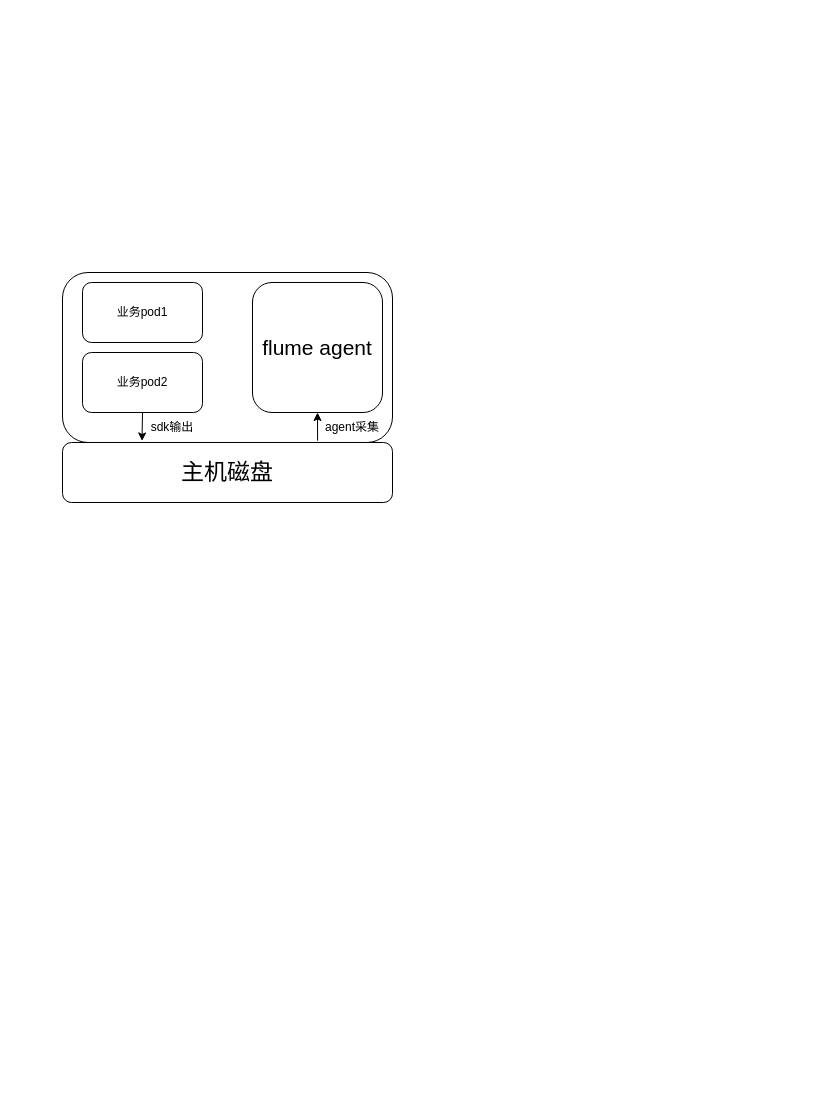
Before: page "agentsmith1架构-业务视角" (1 of 16) of 未命名绘图.drawio in PalanQu/images, a draw.io diagram. Source tidied: cells renumbered, new cells numbered last; positions are measured from the earlier drawing's top-left corner, leaving out a move shared by most shapes. Both pictures are drawn from the tidied source at 100%, with x=0, y=0 at pixel (62, 272). Pictures stored in the file or linked from it are replaced by grey dashed boxes.
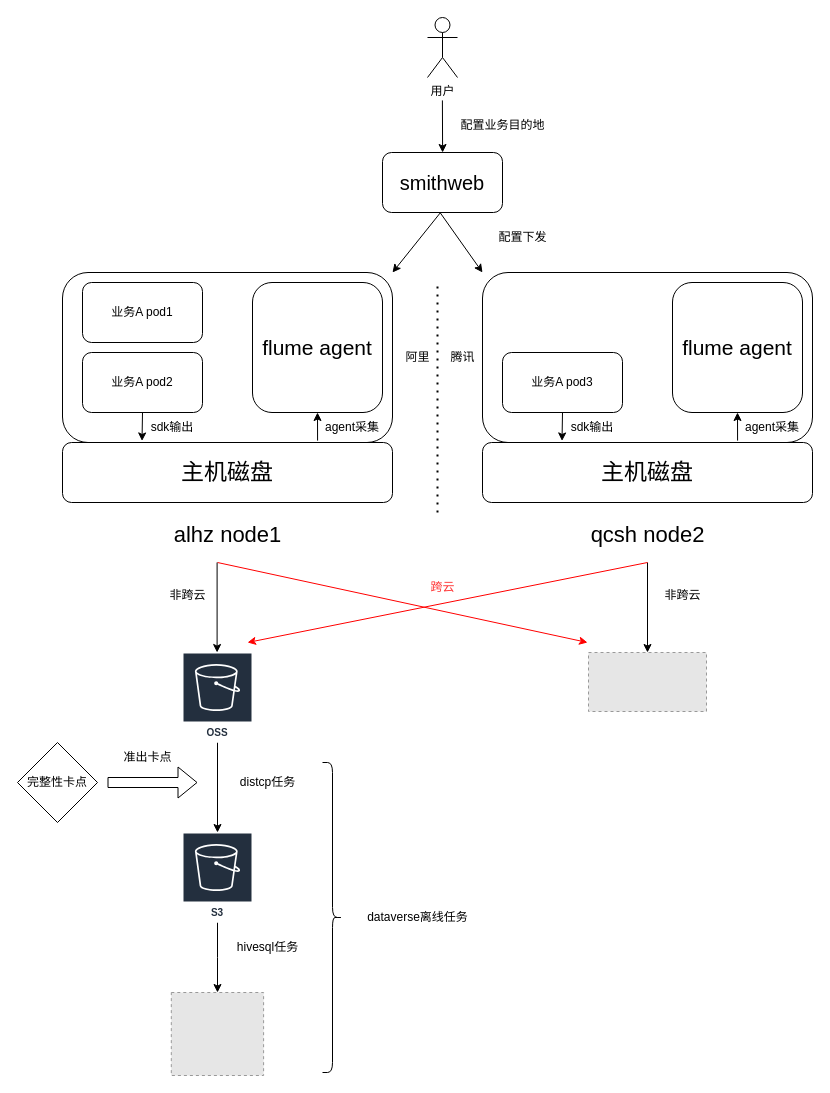
After the change.

Commit message:
Update 未命名绘图.drawio

The change refers to these unchanged cells:
```xml
<mxCell id="2" style="rounded=1;whiteSpace=wrap;html=1;" parent="1" vertex="1">
  <mxGeometry width="330" height="170" as="geometry" />
</mxCell>
```

Change to the diagram source:
```diff
@@
-    <mxCell id="5" value="业务pod1" style="rounded=1;whiteSpace=wrap;html=1;" parent="1" vertex="1">
+    <mxCell id="5" value="业务A pod1" style="rounded=1;whiteSpace=wrap;html=1;" parent="1" vertex="1">
       <mxGeometry x="20" y="10" width="120" height="60" as="geometry" />
     </mxCell>
-    <mxCell id="6" value="业务pod2" style="rounded=1;whiteSpace=wrap;html=1;" parent="1" vertex="1">
+    <mxCell id="6" value="业务A pod2" style="rounded=1;whiteSpace=wrap;html=1;" parent="1" vertex="1">
       <mxGeometry x="20" y="80" width="120" height="60" as="geometry" />
     </mxCell>
@@
+    <mxCell id="11" value="alhz node1" style="text;html=1;align=center;verticalAlign=middle;strokeColor=none;fillColor=none;fontSize=22;" parent="1" vertex="1">
+      <mxGeometry x="100" y="243" width="130" height="40" as="geometry" />
+    </mxCell>
+    <mxCell id="12" style="rounded=1;whiteSpace=wrap;html=1;" parent="1" vertex="1">
+      <mxGeometry x="420" width="330" height="170" as="geometry" />
+    </mxCell>
+    <mxCell id="13" value="主机磁盘" style="rounded=1;whiteSpace=wrap;html=1;fontSize=23;" parent="1" vertex="1">
+      <mxGeometry x="420" y="170" width="330" height="60" as="geometry" />
+    </mxCell>
+    <mxCell id="14" value="flume agent" style="rounded=1;whiteSpace=wrap;html=1;fontSize=21;" parent="1" vertex="1">
+      <mxGeometry x="610" y="10" width="130" height="130" as="geometry" />
+    </mxCell>
+    <mxCell id="15" value="业务A pod3" style="rounded=1;whiteSpace=wrap;html=1;" parent="1" vertex="1">
+      <mxGeometry x="440" y="80" width="120" height="60" as="geometry" />
+    </mxCell>
+    <mxCell id="16" style="endArrow=classic;html=1;rounded=0;exitX=0.5;exitY=1;exitDx=0;exitDy=0;entryX=0.241;entryY=-0.026;entryDx=0;entryDy=0;entryPerimeter=0;" parent="1" edge="1" source="15" target="13">
+      <mxGeometry relative="1" as="geometry" />
+    </mxCell>
+    <mxCell id="17" style="endArrow=classic;html=1;rounded=0;entryX=0.5;entryY=1;entryDx=0;entryDy=0;exitX=0.773;exitY=-0.031;exitDx=0;exitDy=0;exitPerimeter=0;" parent="1" edge="1" source="13" target="14">
+      <mxGeometry relative="1" as="geometry" />
+    </mxCell>
+    <mxCell id="18" value="sdk输出" style="text;html=1;align=center;verticalAlign=middle;whiteSpace=wrap;rounded=0;" parent="1" vertex="1">
+      <mxGeometry x="500" y="140" width="60" height="30" as="geometry" />
+    </mxCell>
+    <mxCell id="19" value="agent采集" style="text;html=1;align=center;verticalAlign=middle;whiteSpace=wrap;rounded=0;" parent="1" vertex="1">
+      <mxGeometry x="680" y="140" width="60" height="30" as="geometry" />
+    </mxCell>
+    <mxCell id="20" value="qcsh node2" style="text;html=1;align=center;verticalAlign=middle;strokeColor=none;fillColor=none;fontSize=22;" parent="1" vertex="1">
+      <mxGeometry x="515" y="243" width="140" height="40" as="geometry" />
+    </mxCell>
+    <mxCell id="21" value="smithweb" style="rounded=1;whiteSpace=wrap;html=1;fontSize=20;" parent="1" vertex="1">
+      <mxGeometry x="320" y="-120" width="120" height="60" as="geometry" />
+    </mxCell>
+    <mxCell id="22" value="用户" style="shape=umlActor;verticalLabelPosition=bottom;verticalAlign=top;html=1;" parent="1" vertex="1">
+      <mxGeometry x="365" y="-255" width="30" height="60" as="geometry" />
+    </mxCell>
+    <mxCell id="23" style="endArrow=classic;html=1;rounded=0;entryX=0.544;entryY=0.035;entryDx=0;entryDy=0;entryPerimeter=0;" parent="1" edge="1">
+      <mxGeometry relative="1" as="geometry">
+        <mxPoint x="379.9" y="-172.1" as="sourcePoint" />
+        <mxPoint x="380.1" y="-120" as="targetPoint" />
+      </mxGeometry>
+    </mxCell>
+    <mxCell id="24" value="配置业务目的地" style="text;html=1;align=center;verticalAlign=middle;strokeColor=none;fillColor=none;" parent="1" vertex="1">
+      <mxGeometry x="385" y="-162" width="110" height="30" as="geometry" />
+    </mxCell>
+    <mxCell id="25" style="endArrow=classic;html=1;rounded=0;exitX=0.481;exitY=1.007;exitDx=0;exitDy=0;entryX=1;entryY=0;entryDx=0;entryDy=0;exitPerimeter=0;" parent="1" edge="1" source="21" target="2">
+      <mxGeometry relative="1" as="geometry" />
+    </mxCell>
+    <mxCell id="26" style="endArrow=classic;html=1;rounded=0;entryX=0;entryY=0;entryDx=0;entryDy=0;exitX=0.48;exitY=1.002;exitDx=0;exitDy=0;exitPerimeter=0;" parent="1" edge="1" source="21" target="12">
+      <mxGeometry relative="1" as="geometry" />
+    </mxCell>
+    <mxCell id="27" value="配置下发" style="text;html=1;align=center;verticalAlign=middle;strokeColor=none;fillColor=none;" parent="1" vertex="1">
+      <mxGeometry x="425" y="-50" width="70" height="30" as="geometry" />
+    </mxCell>
+    <mxCell id="28" style="fillColor=#E6E6E6;strokeColor=#999999;dashed=1;verticalLabelPosition=bottom;labelBackgroundColor=default;verticalAlign=top;" parent="1" vertex="1">
+      <mxGeometry x="526" y="380" width="118" height="59" as="geometry" />
+    </mxCell>
+    <mxCell id="29" style="endArrow=classic;html=1;rounded=0;fontColor=#FF0000;labelBackgroundColor=#FF3333;labelBorderColor=#FF0000;textShadow=0;strokeColor=#FF0000;" parent="1" edge="1">
+      <mxGeometry relative="1" as="geometry">
+        <mxPoint x="155" y="290" as="sourcePoint" />
+        <mxPoint x="525" y="370" as="targetPoint" />
+      </mxGeometry>
+    </mxCell>
+    <mxCell id="30" style="endArrow=classic;html=1;rounded=0;entryX=0.5;entryY=0;entryDx=0;entryDy=0;" parent="1" edge="1" target="28">
+      <mxGeometry relative="1" as="geometry">
+        <mxPoint x="585" y="290" as="sourcePoint" />
+      </mxGeometry>
+    </mxCell>
+    <mxCell id="31" value="跨云" style="text;html=1;align=center;verticalAlign=middle;strokeColor=none;fillColor=none;fontColor=#FF3333;" parent="1" vertex="1">
+      <mxGeometry x="355" y="300" width="50" height="30" as="geometry" />
+    </mxCell>
+    <mxCell id="32" value="非跨云" style="text;html=1;align=center;verticalAlign=middle;strokeColor=none;fillColor=none;" parent="1" vertex="1">
+      <mxGeometry x="590" y="308" width="60" height="30" as="geometry" />
+    </mxCell>
+    <mxCell id="33" style="edgeStyle=orthogonalEdgeStyle;rounded=0;jettySize=auto;html=1;" parent="1" edge="1" source="34" target="42">
+      <mxGeometry relative="1" as="geometry" />
+    </mxCell>
+    <mxCell id="34" value="OSS" style="sketch=0;outlineConnect=0;fontColor=#232F3E;gradientColor=none;strokeColor=#ffffff;fillColor=#232F3E;dashed=0;verticalLabelPosition=middle;verticalAlign=bottom;align=center;html=1;whiteSpace=wrap;fontSize=10;fontStyle=1;spacing=3;shape=mxgraph.aws4.productIcon;prIcon=mxgraph.aws4.s3;" parent="1" vertex="1">
+      <mxGeometry x="120" y="380" width="70" height="90" as="geometry" />
+    </mxCell>
+    <mxCell id="35" style="endArrow=classic;html=1;rounded=0;fontColor=#FF0000;labelBackgroundColor=#FF3333;labelBorderColor=#FF0000;textShadow=0;strokeColor=#FF0000;" parent="1" edge="1">
+      <mxGeometry relative="1" as="geometry">
+        <mxPoint x="585" y="290" as="sourcePoint" />
+        <mxPoint x="185" y="370" as="targetPoint" />
+      </mxGeometry>
+    </mxCell>
+    <mxCell id="36" style="endArrow=classic;html=1;rounded=0;entryX=0.5;entryY=0;entryDx=0;entryDy=0;" parent="1" edge="1">
+      <mxGeometry relative="1" as="geometry">
+        <mxPoint x="154.6" y="290" as="sourcePoint" />
+        <mxPoint x="154.6" y="380" as="targetPoint" />
+      </mxGeometry>
+    </mxCell>
+    <mxCell id="37" value="非跨云" style="text;html=1;align=center;verticalAlign=middle;strokeColor=none;fillColor=none;" parent="1" vertex="1">
+      <mxGeometry x="95" y="308" width="60" height="30" as="geometry" />
+    </mxCell>
+    <mxCell id="38" style="endArrow=none;dashed=1;html=1;dashPattern=1 3;strokeWidth=2;rounded=0;" parent="1" edge="1">
+      <mxGeometry relative="1" as="geometry">
+        <mxPoint x="375" y="240" as="sourcePoint" />
+        <mxPoint x="375" y="10" as="targetPoint" />
+      </mxGeometry>
+    </mxCell>
+    <mxCell id="39" value="阿里" style="text;html=1;align=center;verticalAlign=middle;strokeColor=none;fillColor=none;" parent="1" vertex="1">
+      <mxGeometry x="330" y="70" width="50" height="30" as="geometry" />
+    </mxCell>
+    <mxCell id="40" value="腾讯" style="text;html=1;align=center;verticalAlign=middle;strokeColor=none;fillColor=none;" parent="1" vertex="1">
+      <mxGeometry x="375" y="70" width="50" height="30" as="geometry" />
+    </mxCell>
+    <mxCell id="41" style="edgeStyle=orthogonalEdgeStyle;rounded=0;jettySize=auto;html=1;" parent="1" edge="1" source="42" target="46">
+      <mxGeometry relative="1" as="geometry" />
+    </mxCell>
+    <mxCell id="42" value="S3" style="sketch=0;outlineConnect=0;fontColor=#232F3E;gradientColor=none;strokeColor=#ffffff;fillColor=#232F3E;dashed=0;verticalLabelPosition=middle;verticalAlign=bottom;align=center;html=1;whiteSpace=wrap;fontSize=10;fontStyle=1;spacing=3;shape=mxgraph.aws4.productIcon;prIcon=mxgraph.aws4.s3;" parent="1" vertex="1">
+      <mxGeometry x="120" y="560" width="70" height="90" as="geometry" />
+    </mxCell>
+    <mxCell id="43" value="完整性卡点" style="rhombus;whiteSpace=wrap;html=1;" parent="1" vertex="1">
+      <mxGeometry x="-45" y="470" width="80" height="80" as="geometry" />
+    </mxCell>
+    <mxCell id="44" style="shape=flexArrow;endArrow=classic;html=1;rounded=0;" parent="1" edge="1">
+      <mxGeometry relative="1" as="geometry">
+        <mxPoint x="45" y="510" as="sourcePoint" />
+        <mxPoint x="135" y="510" as="targetPoint" />
+      </mxGeometry>
+    </mxCell>
+    <mxCell id="45" value="准出卡点" style="text;html=1;align=center;verticalAlign=middle;strokeColor=none;fillColor=none;" parent="1" vertex="1">
+      <mxGeometry x="50" y="470" width="70" height="30" as="geometry" />
+    </mxCell>
+    <mxCell id="46" style="fillColor=#E6E6E6;strokeColor=#999999;dashed=1;verticalLabelPosition=bottom;labelBackgroundColor=default;verticalAlign=top;" parent="1" vertex="1">
+      <mxGeometry x="108.8" y="720" width="92.3" height="83" as="geometry" />
+    </mxCell>
+    <mxCell id="47" value="distcp任务" style="text;html=1;align=center;verticalAlign=middle;strokeColor=none;fillColor=none;" parent="1" vertex="1">
+      <mxGeometry x="165" y="495" width="80" height="30" as="geometry" />
+    </mxCell>
+    <mxCell id="48" value="hivesql任务" style="text;html=1;align=center;verticalAlign=middle;strokeColor=none;fillColor=none;" parent="1" vertex="1">
+      <mxGeometry x="165" y="660" width="80" height="30" as="geometry" />
+    </mxCell>
+    <mxCell id="49" style="shape=curlyBracket;whiteSpace=wrap;html=1;rounded=1;flipH=1;labelPosition=right;verticalLabelPosition=middle;align=left;verticalAlign=middle;" parent="1" vertex="1">
+      <mxGeometry x="260" y="490" width="20" height="310" as="geometry" />
+    </mxCell>
+    <mxCell id="50" value="dataverse离线任务" style="text;html=1;align=center;verticalAlign=middle;strokeColor=none;fillColor=none;" parent="1" vertex="1">
+      <mxGeometry x="295" y="630" width="120" height="30" as="geometry" />
+    </mxCell>
```
